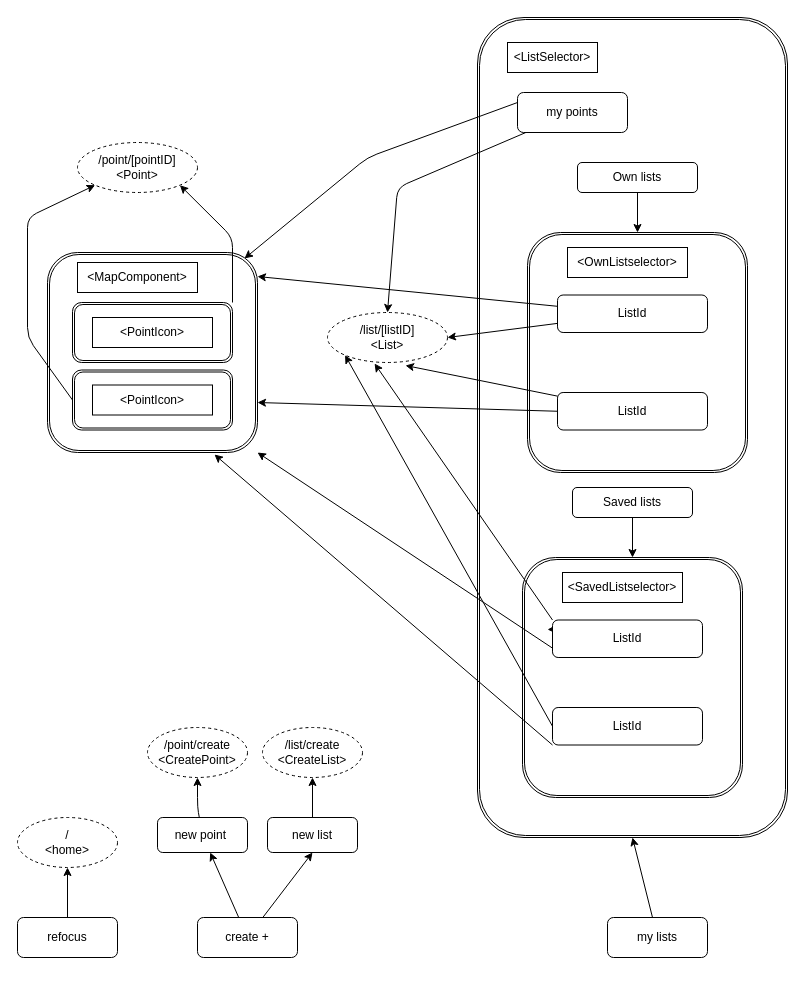
kostasx/geopoints keeps this draw.io diagram as planning/FEDiagrams/components/footer.drawio. Above is the earlier version. Source tidied: cells renumbered, new cells numbered last; positions are measured from the earlier drawing's top-left corner, leaving out a move shared by most shapes. Both pictures are drawn from the tidied source at 100%, with x=0, y=0 at pixel (17, 17).
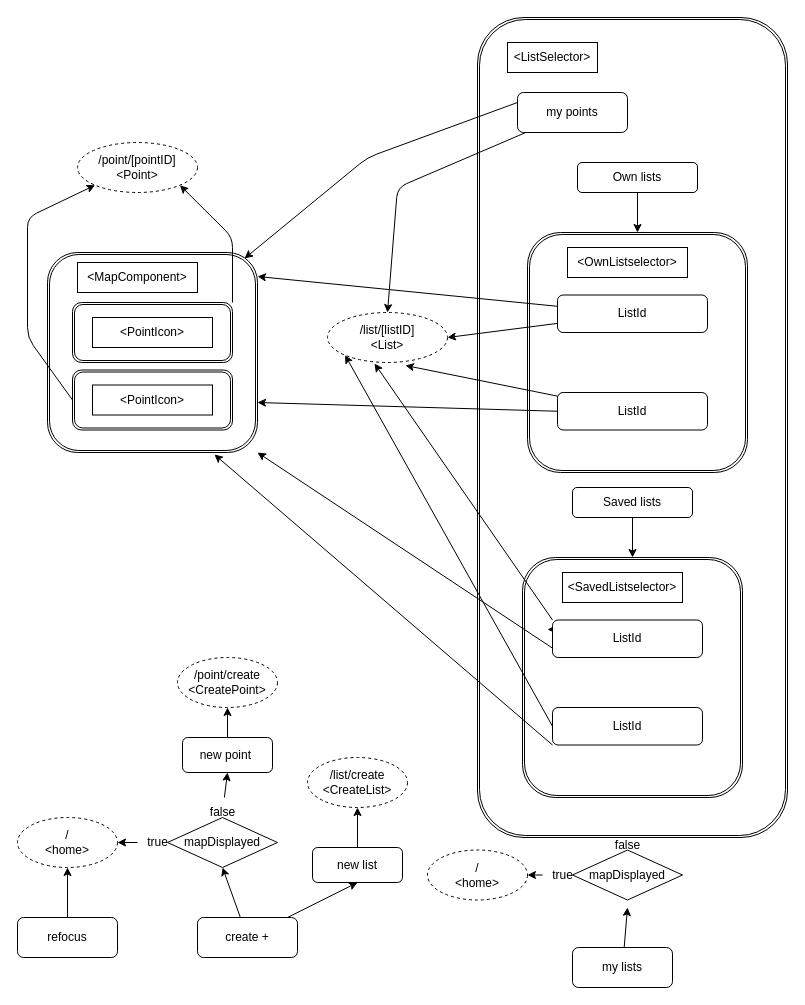
After the change.

Unchanged cells that the change refers to:
```xml
<mxCell id="4" value="/&lt;br&gt;&amp;lt;home&amp;gt;" style="ellipse;whiteSpace=wrap;html=1;dashed=1;" parent="1" vertex="1">
  <mxGeometry y="800" width="100" height="50" as="geometry" />
</mxCell>
<mxCell id="7" value="create +" style="rounded=1;whiteSpace=wrap;html=1;" parent="1" vertex="1">
  <mxGeometry x="180" y="900" width="100" height="40" as="geometry" />
</mxCell>
<mxCell id="16" style="shape=ext;double=1;rounded=1;whiteSpace=wrap;html=1;" parent="1" vertex="1">
  <mxGeometry x="460" width="310" height="820" as="geometry" />
</mxCell>
```

What changed in the source:
```diff
@@
-    <mxCell id="6" style="edgeStyle=none;html=1;" parent="1" edge="1" source="7" target="9">
+    <mxCell id="6" style="edgeStyle=none;html=1;entryX=0.5;entryY=1;entryDx=0;entryDy=0;" parent="1" edge="1" source="7" target="53">
       <mxGeometry relative="1" as="geometry" />
     </mxCell>
@@
     <mxCell id="8" style="edgeStyle=none;html=1;entryX=0.5;entryY=1;entryDx=0;entryDy=0;" parent="1" edge="1" source="9" target="15">
-      <mxGeometry relative="1" as="geometry">
-        <Array as="points">
-          <mxPoint x="180" y="790" />
-        </Array>
-      </mxGeometry>
+      <mxGeometry relative="1" as="geometry" />
     </mxCell>
     <mxCell id="9" value="new point&amp;nbsp;" style="rounded=1;whiteSpace=wrap;html=1;" parent="1" vertex="1">
-      <mxGeometry x="140" y="800" width="90" height="35" as="geometry" />
+      <mxGeometry x="165" y="720" width="90" height="35" as="geometry" />
     </mxCell>
@@
     <mxCell id="11" value="new list" style="rounded=1;whiteSpace=wrap;html=1;" parent="1" vertex="1">
-      <mxGeometry x="250" y="800" width="90" height="35" as="geometry" />
+      <mxGeometry x="295" y="830" width="90" height="35" as="geometry" />
     </mxCell>
-    <mxCell id="12" style="edgeStyle=none;html=1;entryX=0.5;entryY=1;entryDx=0;entryDy=0;" parent="1" edge="1" source="13" target="16">
-      <mxGeometry relative="1" as="geometry" />
+    <mxCell id="12" style="edgeStyle=none;html=1;" parent="1" edge="1" source="13">
+      <mxGeometry relative="1" as="geometry">
+        <mxPoint x="610" y="890" as="targetPoint" />
+      </mxGeometry>
     </mxCell>
     <mxCell id="13" value="my lists" style="rounded=1;whiteSpace=wrap;html=1;" parent="1" vertex="1">
-      <mxGeometry x="590" y="900" width="100" height="40" as="geometry" />
+      <mxGeometry x="555" y="930" width="100" height="40" as="geometry" />
     </mxCell>
     <mxCell id="14" value="/list/create&lt;br&gt;&amp;lt;CreateList&amp;gt;" style="ellipse;whiteSpace=wrap;html=1;dashed=1;" parent="1" vertex="1">
-      <mxGeometry x="245" y="710" width="100" height="50" as="geometry" />
+      <mxGeometry x="290" y="740" width="100" height="50" as="geometry" />
     </mxCell>
     <mxCell id="15" value="/point/create&lt;br&gt;&amp;lt;CreatePoint&amp;gt;" style="ellipse;whiteSpace=wrap;html=1;dashed=1;" parent="1" vertex="1">
-      <mxGeometry x="130" y="710" width="100" height="50" as="geometry" />
+      <mxGeometry x="160" y="640" width="100" height="50" as="geometry" />
     </mxCell>
@@
+    <mxCell id="52" style="group;" parent="1" vertex="1">
+      <mxGeometry x="120" y="780" width="140" height="70" as="geometry" />
+    </mxCell>
+    <mxCell id="53" value="mapDisplayed" style="rhombus;whiteSpace=wrap;html=1;" parent="52" vertex="1">
+      <mxGeometry x="30" y="20" width="110" height="50" as="geometry" />
+    </mxCell>
+    <mxCell id="54" value="true" style="text;html=1;align=center;verticalAlign=middle;points=[];strokeColor=none;fillColor=none;" parent="52" vertex="1">
+      <mxGeometry y="30" width="40" height="30" as="geometry" />
+    </mxCell>
+    <mxCell id="55" value="false" style="text;html=1;align=center;verticalAlign=middle;points=[];strokeColor=none;fillColor=none;" parent="52" vertex="1">
+      <mxGeometry x="60" width="50" height="30" as="geometry" />
+    </mxCell>
+    <mxCell id="56" style="edgeStyle=none;html=1;entryX=0.5;entryY=1;entryDx=0;entryDy=0;" parent="1" edge="1" source="55" target="9">
+      <mxGeometry relative="1" as="geometry" />
+    </mxCell>
+    <mxCell id="57" style="edgeStyle=none;html=1;entryX=1;entryY=0.5;entryDx=0;entryDy=0;" parent="1" edge="1" source="54" target="4">
+      <mxGeometry relative="1" as="geometry" />
+    </mxCell>
+    <mxCell id="58" style="group;" parent="1" vertex="1">
+      <mxGeometry x="525" y="812.5" width="140" height="70" as="geometry" />
+    </mxCell>
+    <mxCell id="59" value="mapDisplayed" style="rhombus;whiteSpace=wrap;html=1;" parent="58" vertex="1">
+      <mxGeometry x="30" y="20" width="110" height="50" as="geometry" />
+    </mxCell>
+    <mxCell id="60" value="true" style="text;html=1;align=center;verticalAlign=middle;points=[];strokeColor=none;fillColor=none;" parent="58" vertex="1">
+      <mxGeometry y="30" width="40" height="30" as="geometry" />
+    </mxCell>
+    <mxCell id="61" value="false" style="text;html=1;align=center;verticalAlign=middle;strokeColor=none;fillColor=none;" parent="58" vertex="1">
+      <mxGeometry x="60" width="50" height="30" as="geometry" />
+    </mxCell>
+    <mxCell id="62" value="/&lt;br&gt;&amp;lt;home&amp;gt;" style="ellipse;whiteSpace=wrap;html=1;dashed=1;" parent="1" vertex="1">
+      <mxGeometry x="410" y="832.5" width="100" height="50" as="geometry" />
+    </mxCell>
+    <mxCell id="63" style="edgeStyle=none;html=1;entryX=1;entryY=0.5;entryDx=0;entryDy=0;" parent="1" edge="1" source="60" target="62">
+      <mxGeometry relative="1" as="geometry" />
+    </mxCell>
```
